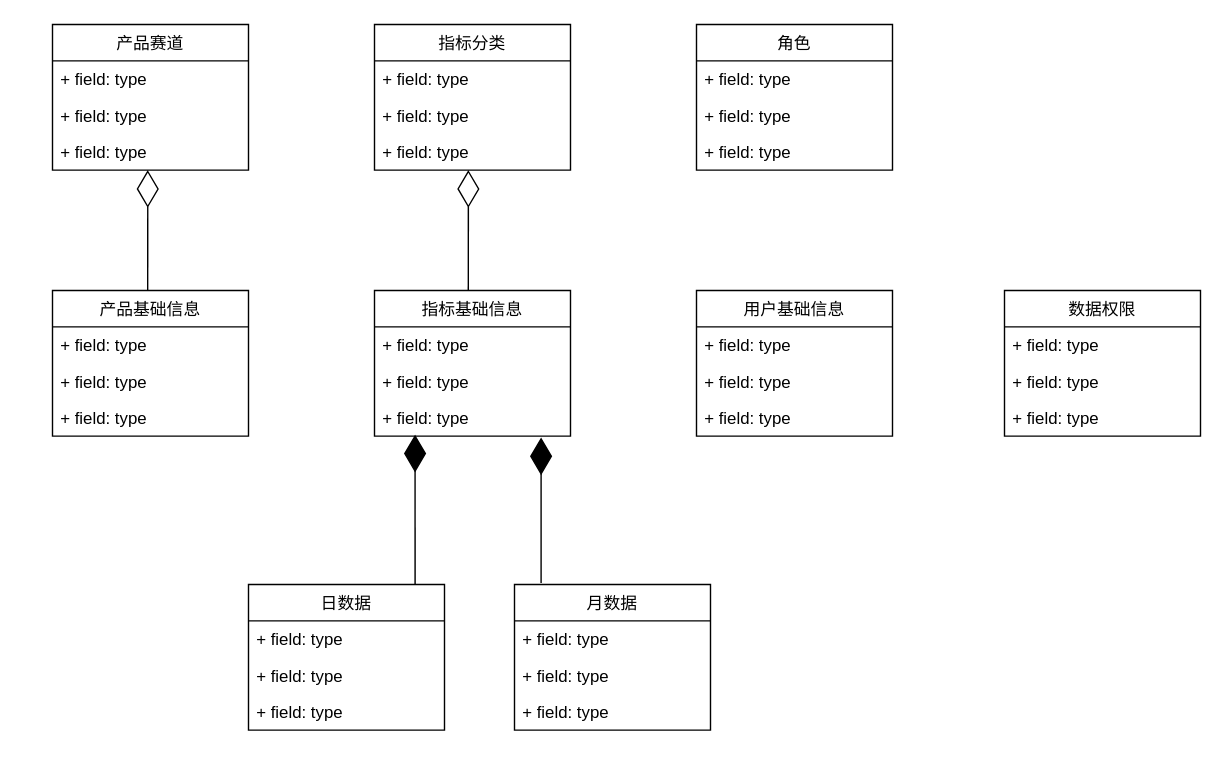
Above: Untitled Diagram6.drawio in yzxie/work-tools (draw.io), before the change. Source tidied: cells renumbered, new cells numbered last; positions are measured from the earlier drawing's top-left corner, leaving out a move shared by most shapes. Both pictures are drawn from the tidied source at 140%, with x=0, y=0 at pixel (52, 24).
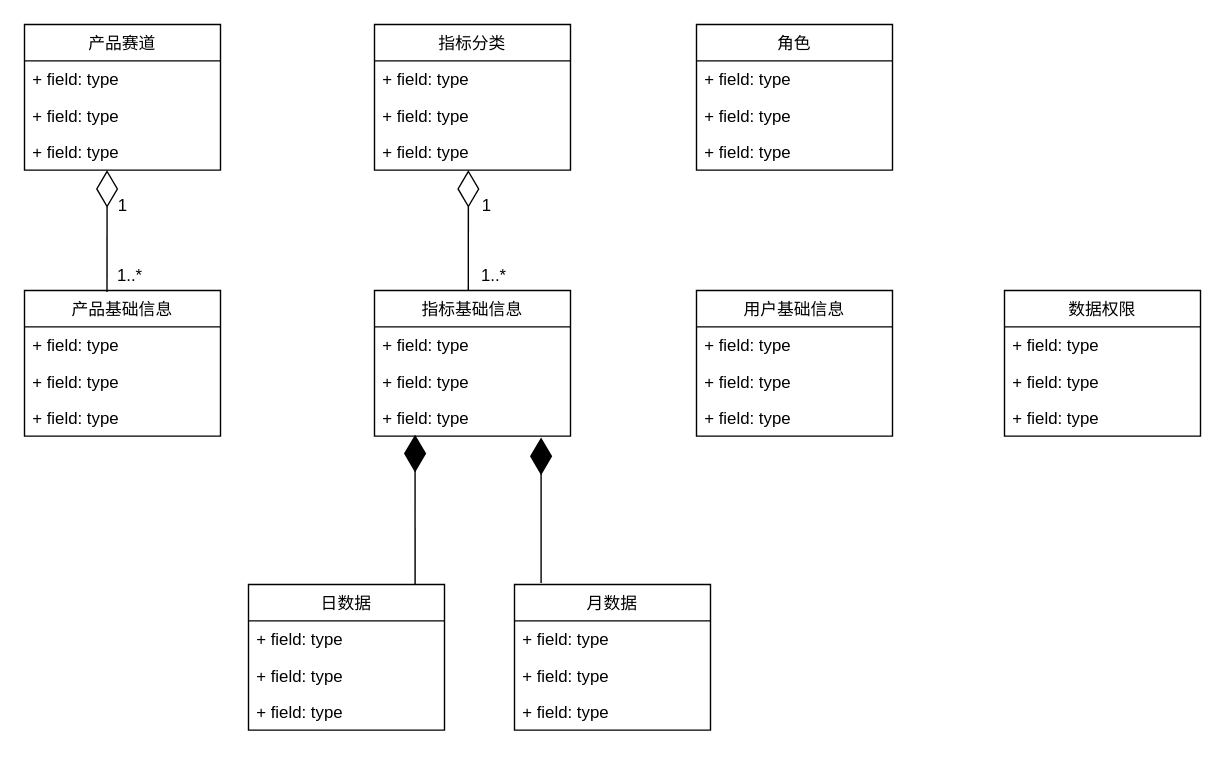
After the change.

The change refers to these unchanged cells:
```xml
<mxCell id="17" value="+ field: type" style="text;strokeColor=none;fillColor=none;align=left;verticalAlign=top;spacingLeft=4;spacingRight=4;overflow=hidden;points=[[0,0.5],[1,0.5]];portConstraint=eastwest;" parent="14" vertex="1">
  <mxGeometry y="78" width="140" height="26" as="geometry" />
</mxCell>
```

Change to the diagram source:
```diff
@@
     <mxCell id="10" value="产品基础信息" style="swimlane;fontStyle=0;horizontal=1;startSize=26;fillColor=none;" parent="1" vertex="1">
-      <mxGeometry y="190" width="140" height="104" as="geometry" />
+      <mxGeometry x="-20" y="190" width="140" height="104" as="geometry" />
     </mxCell>
@@
     <mxCell id="14" value="产品赛道" style="swimlane;fontStyle=0;horizontal=1;startSize=26;fillColor=none;" parent="1" vertex="1">
-      <mxGeometry width="140" height="104" as="geometry" />
+      <mxGeometry x="-20" width="140" height="104" as="geometry" />
     </mxCell>
@@
-    <mxCell id="19" style="endArrow=diamondThin;endFill=0;endSize=24;html=1;entryX=0.486;entryY=1;entryDx=0;entryDy=0;entryPerimeter=0;" parent="1" edge="1" target="17">
+    <mxCell id="19" style="endArrow=diamondThin;endFill=0;endSize=24;html=1;exitX=0.421;exitY=0.01;exitDx=0;exitDy=0;exitPerimeter=0;" parent="1" edge="1" source="10">
       <mxGeometry relative="1" as="geometry">
-        <mxPoint x="68" y="190" as="sourcePoint" />
+        <mxPoint x="39" y="104" as="targetPoint" />
       </mxGeometry>
     </mxCell>
@@
+    <mxCell id="42" value="1" style="text;html=1;align=center;verticalAlign=middle;strokeColor=none;" parent="1" vertex="1">
+      <mxGeometry x="40" y="120" width="20" height="20" as="geometry" />
+    </mxCell>
+    <mxCell id="43" value="1..*" style="text;html=1;align=center;verticalAlign=middle;strokeColor=none;" parent="1" vertex="1">
+      <mxGeometry x="40" y="170" width="30" height="20" as="geometry" />
+    </mxCell>
+    <mxCell id="44" value="1" style="text;html=1;align=center;verticalAlign=middle;strokeColor=none;" parent="1" vertex="1">
+      <mxGeometry x="300" y="120" width="20" height="20" as="geometry" />
+    </mxCell>
+    <mxCell id="45" value="1..*" style="text;html=1;align=center;verticalAlign=middle;strokeColor=none;" parent="1" vertex="1">
+      <mxGeometry x="300" y="170" width="30" height="20" as="geometry" />
+    </mxCell>
```
